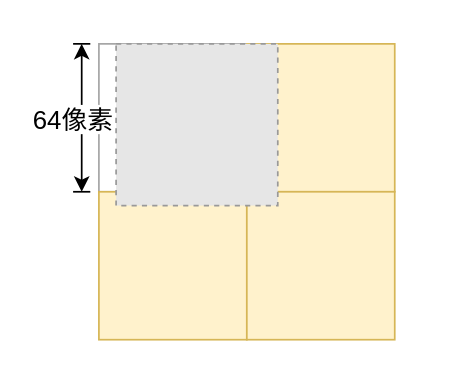
Before: 64.drawio in imzoer/imzoer.github.io, a draw.io diagram. Source tidied: cells renumbered, new cells numbered last; positions are measured from the earlier drawing's top-left corner, leaving out a move shared by most shapes. Both pictures are drawn from the tidied source at 172%, with x=0, y=0 at pixel (29, 43). Pictures stored in the file or linked from it are replaced by grey dashed boxes.
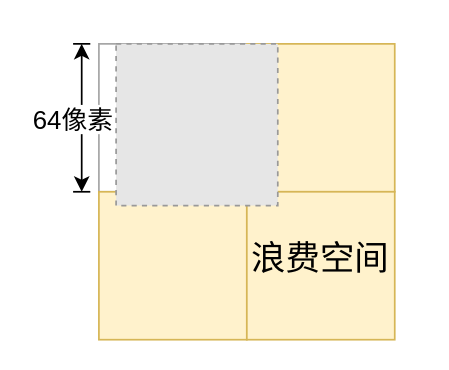
The same diagram, later.

What changed in the source:
```diff
@@
 <mxGraphModel>
   <root>
     <mxCell id="0" />
     <mxCell id="1" parent="0" />
     <mxCell id="2" style="whiteSpace=wrap;html=1;fillColor=none;strokeColor=#A6A6A6;" parent="1" vertex="1">
       <mxGeometry x="40" width="86" height="86" as="geometry" />
     </mxCell>
     <mxCell id="3" style="whiteSpace=wrap;html=1;fillColor=#fff2cc;strokeColor=#d6b656;" parent="1" vertex="1">
       <mxGeometry x="126" width="86" height="86" as="geometry" />
     </mxCell>
     <mxCell id="4" style="whiteSpace=wrap;html=1;fillColor=#fff2cc;strokeColor=#d6b656;" parent="1" vertex="1">
       <mxGeometry x="40" y="86" width="86" height="86" as="geometry" />
     </mxCell>
     <mxCell id="5" style="whiteSpace=wrap;html=1;fillColor=#fff2cc;strokeColor=#d6b656;" parent="1" vertex="1">
       <mxGeometry x="126" y="86" width="86" height="86" as="geometry" />
     </mxCell>
     <mxCell id="6" style="endArrow=none;html=1;" parent="1" edge="1">
       <mxGeometry relative="1" as="geometry">
         <mxPoint x="25" y="86" as="sourcePoint" />
         <mxPoint x="35" y="86" as="targetPoint" />
       </mxGeometry>
     </mxCell>
     <mxCell id="7" style="endArrow=none;html=1;" parent="1" edge="1">
       <mxGeometry relative="1" as="geometry">
         <mxPoint x="25" as="sourcePoint" />
         <mxPoint x="35" as="targetPoint" />
       </mxGeometry>
     </mxCell>
     <mxCell id="8" style="endArrow=classic;startArrow=classic;html=1;" parent="1" edge="1">
       <mxGeometry relative="1" as="geometry">
         <mxPoint x="30" y="86" as="sourcePoint" />
         <mxPoint x="30" as="targetPoint" />
       </mxGeometry>
     </mxCell>
     <mxCell id="9" value="&lt;font style=&quot;font-size: 15px ; background-color: rgb(255 , 255 , 255)&quot;&gt;64像素&lt;/font&gt;" style="text;html=1;align=left;verticalAlign=top;spacingTop=-4;" parent="1" vertex="1">
       <mxGeometry y="33" width="60" height="20" as="geometry" />
     </mxCell>
     <mxCell id="10" style="fillColor=#E6E6E6;strokeColor=#999999;dashed=1;verticalLabelPosition=bottom;verticalAlign=top;" parent="1" vertex="1">
       <mxGeometry x="50" width="94" height="94" as="geometry" />
     </mxCell>
+    <mxCell id="11" value="&lt;font style=&quot;font-size: 20px&quot;&gt;浪费空间&lt;/font&gt;" style="text;html=1;align=left;verticalAlign=top;spacingTop=-4;" parent="1" vertex="1">
+      <mxGeometry x="127" y="110" width="100" height="20" as="geometry" />
+    </mxCell>
   </root>
 </mxGraphModel>
```
